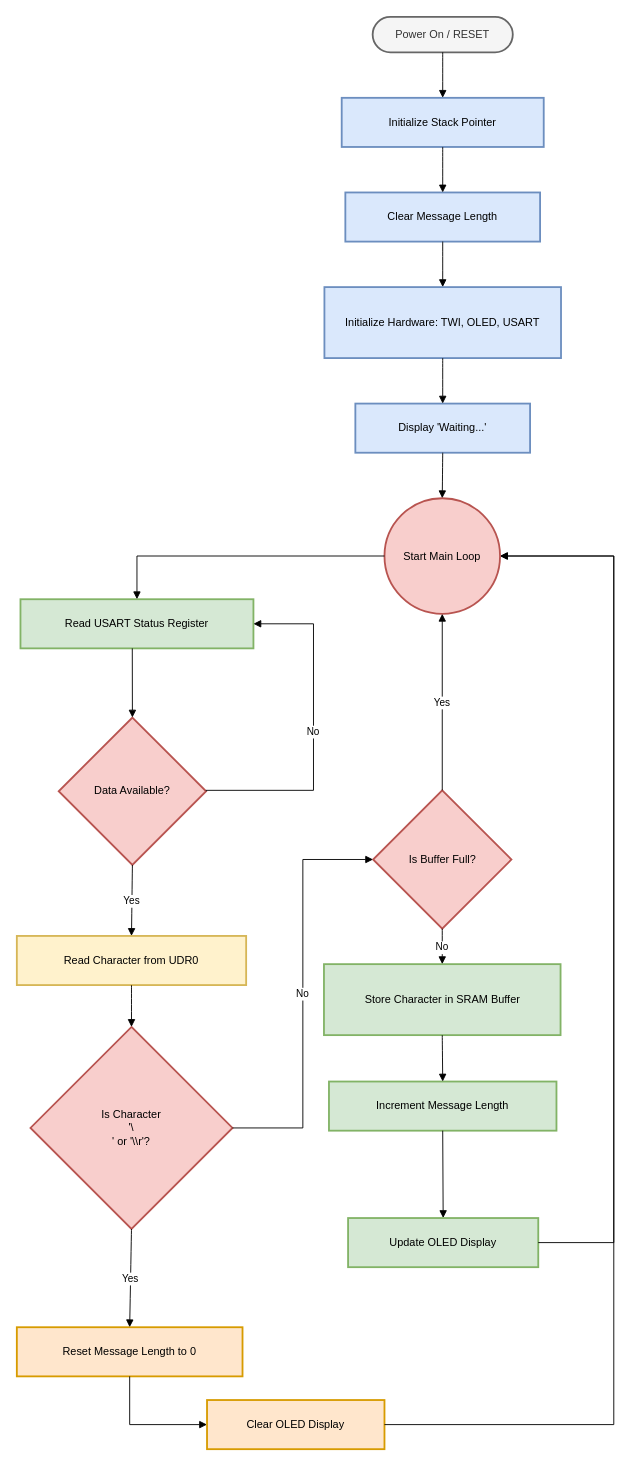
This is Project-architecture/3-System Initialization of Reciever End.drawio from Oshadha345/Li-Fi-File-Sharing, a draw.io file, before an edit. Source tidied: cells renumbered, new cells numbered last; positions are measured from the earlier drawing's top-left corner, leaving out a move shared by most shapes. Both pictures are drawn from the tidied source at 91%, with x=0, y=0 at pixel (16, 16).
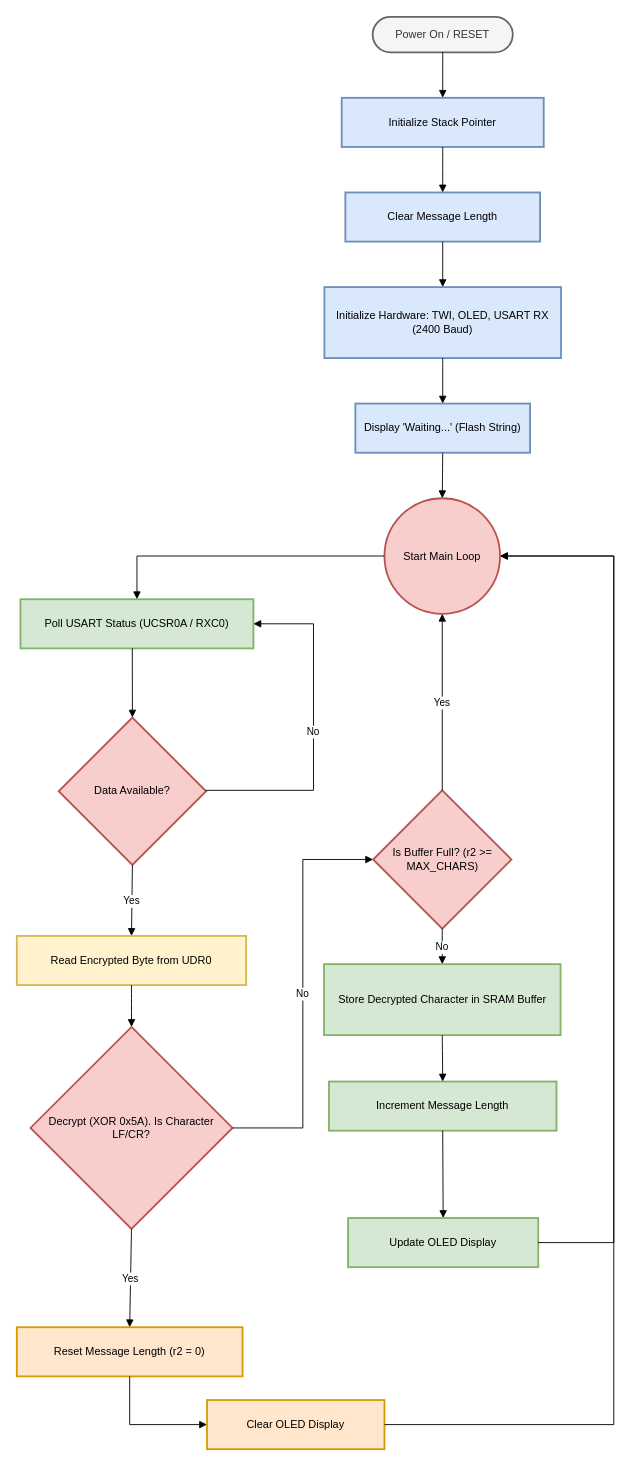
The same diagram, later.

What changed in the source:
```diff
@@
-    <mxCell id="5" value="Initialize Hardware: TWI, OLED, USART" style="whiteSpace=wrap;strokeWidth=2;fillColor=#dae8fc;strokeColor=#6c8ebf;" parent="1" vertex="1">
+    <mxCell id="5" value="Initialize Hardware: TWI, OLED, USART RX (2400 Baud)" style="whiteSpace=wrap;strokeWidth=2;fillColor=#dae8fc;strokeColor=#6c8ebf;" parent="1" vertex="1">
       <mxGeometry x="338" y="297" width="260" height="78" as="geometry" />
     </mxCell>
-    <mxCell id="6" value="Display 'Waiting...'" style="whiteSpace=wrap;strokeWidth=2;fillColor=#dae8fc;strokeColor=#6c8ebf;" parent="1" vertex="1">
+    <mxCell id="6" value="Display 'Waiting...' (Flash String)" style="whiteSpace=wrap;strokeWidth=2;fillColor=#dae8fc;strokeColor=#6c8ebf;" parent="1" vertex="1">
       <mxGeometry x="372" y="425" width="192" height="54" as="geometry" />
     </mxCell>
@@
-    <mxCell id="8" value="Read USART Status Register" style="whiteSpace=wrap;strokeWidth=2;fillColor=#d5e8d4;strokeColor=#82b366;" parent="1" vertex="1">
+    <mxCell id="8" value="Poll USART Status (UCSR0A / RXC0)" style="whiteSpace=wrap;strokeWidth=2;fillColor=#d5e8d4;strokeColor=#82b366;" parent="1" vertex="1">
       <mxGeometry x="4" y="640" width="256" height="54" as="geometry" />
     </mxCell>
@@
-    <mxCell id="10" value="Read Character from UDR0" style="whiteSpace=wrap;strokeWidth=2;fillColor=#fff2cc;strokeColor=#d6b656;" parent="1" vertex="1">
+    <mxCell id="10" value="Read Encrypted Byte from UDR0" style="whiteSpace=wrap;strokeWidth=2;fillColor=#fff2cc;strokeColor=#d6b656;" parent="1" vertex="1">
       <mxGeometry y="1010" width="252" height="54" as="geometry" />
     </mxCell>
-    <mxCell id="11" value="Is Character&#10;'\&#10;' or '\\r'?" style="rhombus;strokeWidth=2;whiteSpace=wrap;fillColor=#f8cecc;strokeColor=#b85450;" parent="1" vertex="1">
+    <mxCell id="11" value="Decrypt (XOR 0x5A). Is Character LF/CR?" style="rhombus;strokeWidth=2;whiteSpace=wrap;fillColor=#f8cecc;strokeColor=#b85450;" parent="1" vertex="1">
       <mxGeometry x="15" y="1110" width="222" height="222" as="geometry" />
     </mxCell>
-    <mxCell id="12" value="Reset Message Length to 0" style="whiteSpace=wrap;strokeWidth=2;fillColor=#ffe6cc;strokeColor=#d79b00;" parent="1" vertex="1">
+    <mxCell id="12" value="Reset Message Length (r2 = 0)" style="whiteSpace=wrap;strokeWidth=2;fillColor=#ffe6cc;strokeColor=#d79b00;" parent="1" vertex="1">
       <mxGeometry y="1440" width="248" height="54" as="geometry" />
     </mxCell>
@@
-    <mxCell id="14" value="Is Buffer Full?" style="rhombus;strokeWidth=2;whiteSpace=wrap;fillColor=#f8cecc;strokeColor=#b85450;" parent="1" vertex="1">
+    <mxCell id="14" value="Is Buffer Full? (r2 &gt;= MAX_CHARS)" style="rhombus;strokeWidth=2;whiteSpace=wrap;fillColor=#f8cecc;strokeColor=#b85450;" parent="1" vertex="1">
       <mxGeometry x="391.5" y="850" width="152" height="152" as="geometry" />
     </mxCell>
-    <mxCell id="15" value="Store Character in SRAM Buffer" style="whiteSpace=wrap;strokeWidth=2;fillColor=#d5e8d4;strokeColor=#82b366;" parent="1" vertex="1">
+    <mxCell id="15" value="Store Decrypted Character in SRAM Buffer" style="whiteSpace=wrap;strokeWidth=2;fillColor=#d5e8d4;strokeColor=#82b366;" parent="1" vertex="1">
       <mxGeometry x="337.5" y="1041" width="260" height="78" as="geometry" />
     </mxCell>
```
